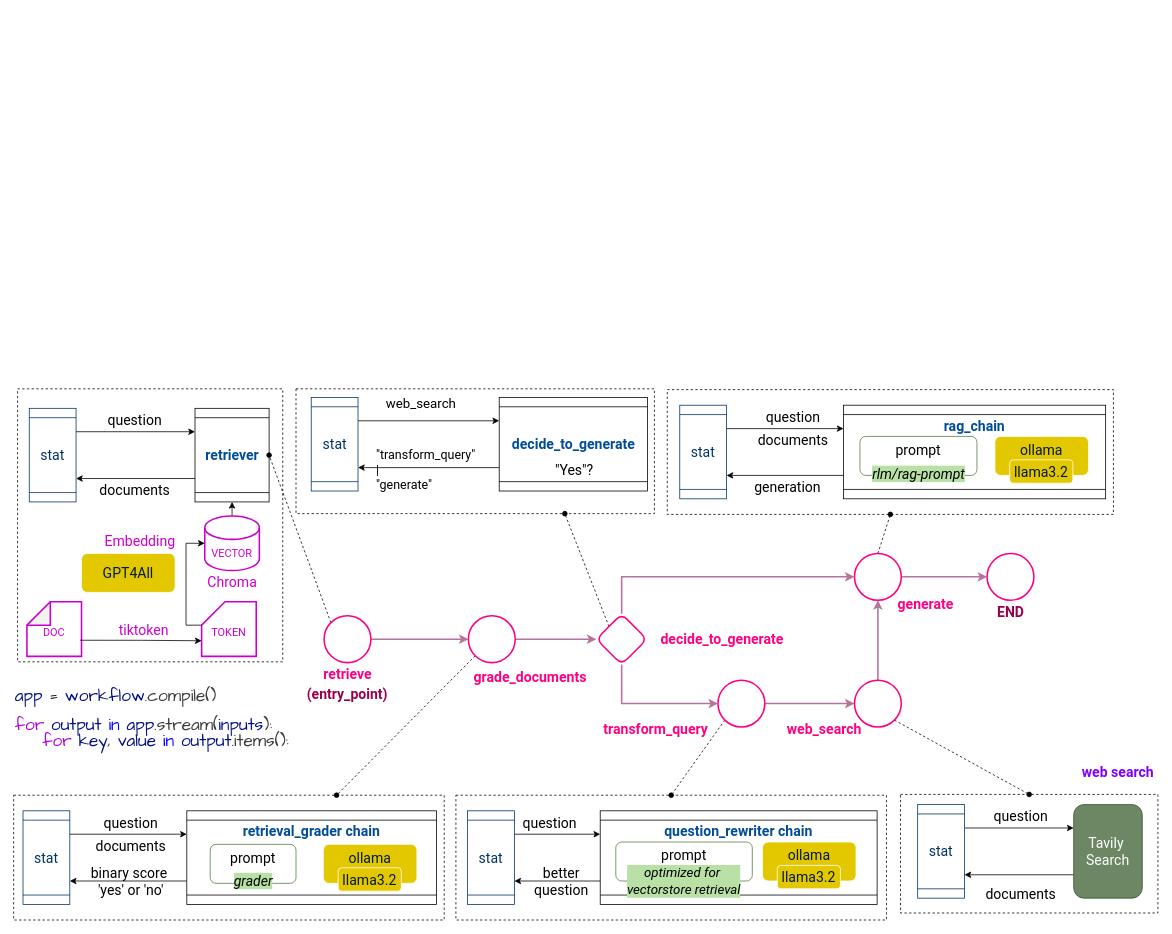
feuyeux/hello-langgraph keeps this draw.io diagram as agentic_rag.drawio. Above is the earlier version. Source tidied: cells renumbered, new cells numbered last; positions are measured from the earlier drawing's top-left corner, leaving out a move shared by most shapes. Both pictures are drawn from the tidied source at 78%, with x=0, y=0 at pixel (13, 388).
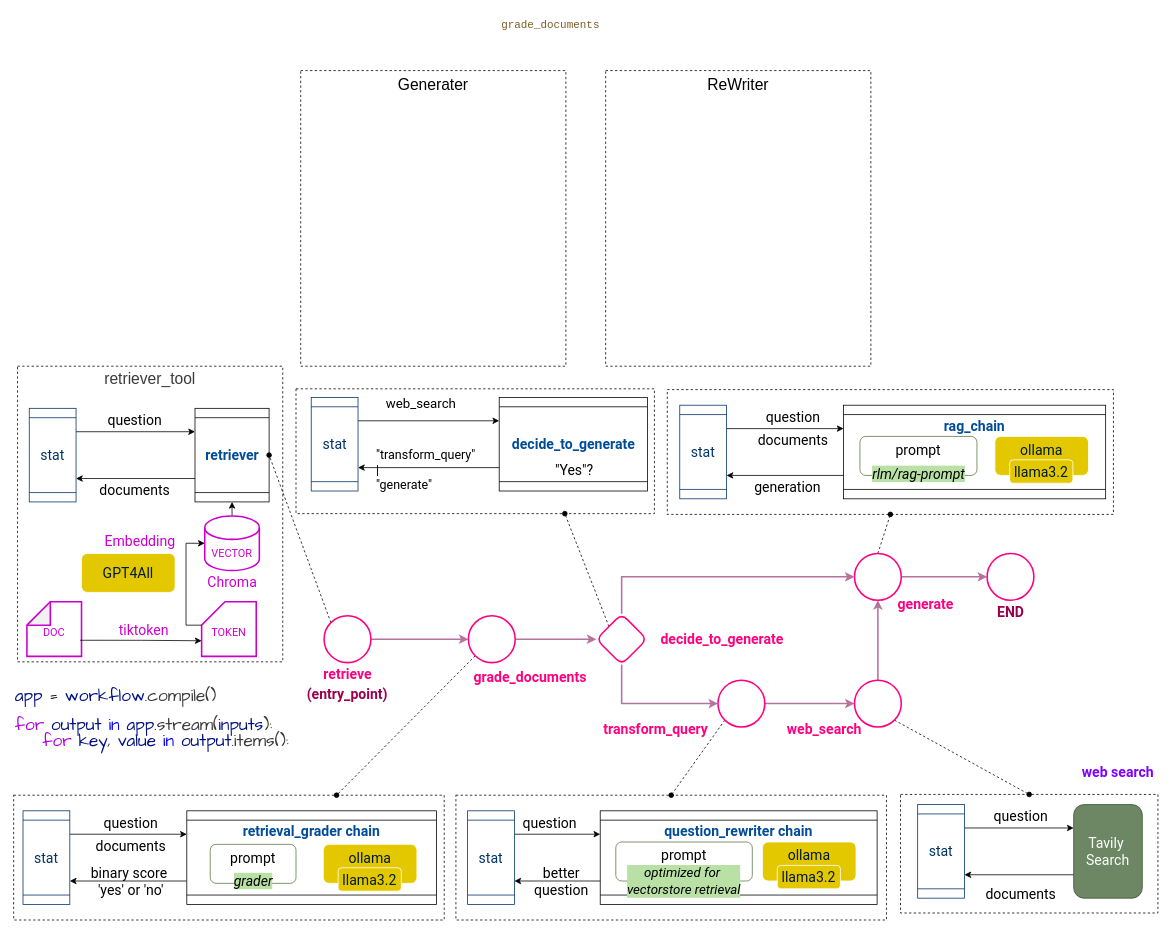
Above is the later version.

What changed in the source:
```diff
@@
-    <mxCell id="2" style="rounded=0;whiteSpace=wrap;html=1;dashed=1;fontFamily=Roboto;fontSize=18;labelBackgroundColor=none;fontColor=default;fontStyle=0;" parent="1" vertex="1">
-      <mxGeometry x="5" width="340" height="350" as="geometry" />
+    <mxCell id="2" value="&lt;div style=&quot;color: rgb(59, 59, 59); background-color: rgb(255, 255, 255); line-height: 19px; white-space: pre;&quot;&gt;retriever_tool&lt;/div&gt;" style="rounded=0;whiteSpace=wrap;html=1;dashed=1;fontFamily=Poppins;fontSize=20;labelBackgroundColor=none;fontColor=default;fontStyle=0;verticalAlign=top;" parent="1" vertex="1">
+      <mxGeometry x="5" y="-29" width="340" height="379" as="geometry" />
     </mxCell>
@@
+    <mxCell id="104" value="Generater" style="rounded=0;whiteSpace=wrap;dashed=1;fontFamily=Poppins;fontSize=20;labelBackgroundColor=none;fontColor=#000000;fontStyle=0;verticalAlign=top;" parent="1" vertex="1">
+      <mxGeometry x="368" y="-408" width="340" height="379" as="geometry" />
+    </mxCell>
+    <mxCell id="105" value="ReWriter" style="rounded=0;whiteSpace=wrap;dashed=1;fontFamily=Poppins;fontSize=20;labelBackgroundColor=none;fontColor=#000000;fontStyle=0;verticalAlign=top;" parent="1" vertex="1">
+      <mxGeometry x="759" y="-408" width="340" height="379" as="geometry" />
+    </mxCell>
+    <mxCell id="106" value="&lt;div style=&quot;color: rgb(59, 59, 59); background-color: rgb(255, 255, 255); font-family: Consolas, &amp;quot;Courier New&amp;quot;, monospace; font-size: 14px; line-height: 19px; white-space-collapse: preserve;&quot;&gt;&lt;span style=&quot;color: #795e26;&quot;&gt;grade_documents&lt;/span&gt;&lt;/div&gt;" style="text;html=1;align=center;verticalAlign=middle;strokeColor=none;fillColor=none;" parent="1" vertex="1">
+      <mxGeometry x="618" y="-481" width="140" height="30" as="geometry" />
+    </mxCell>
```
